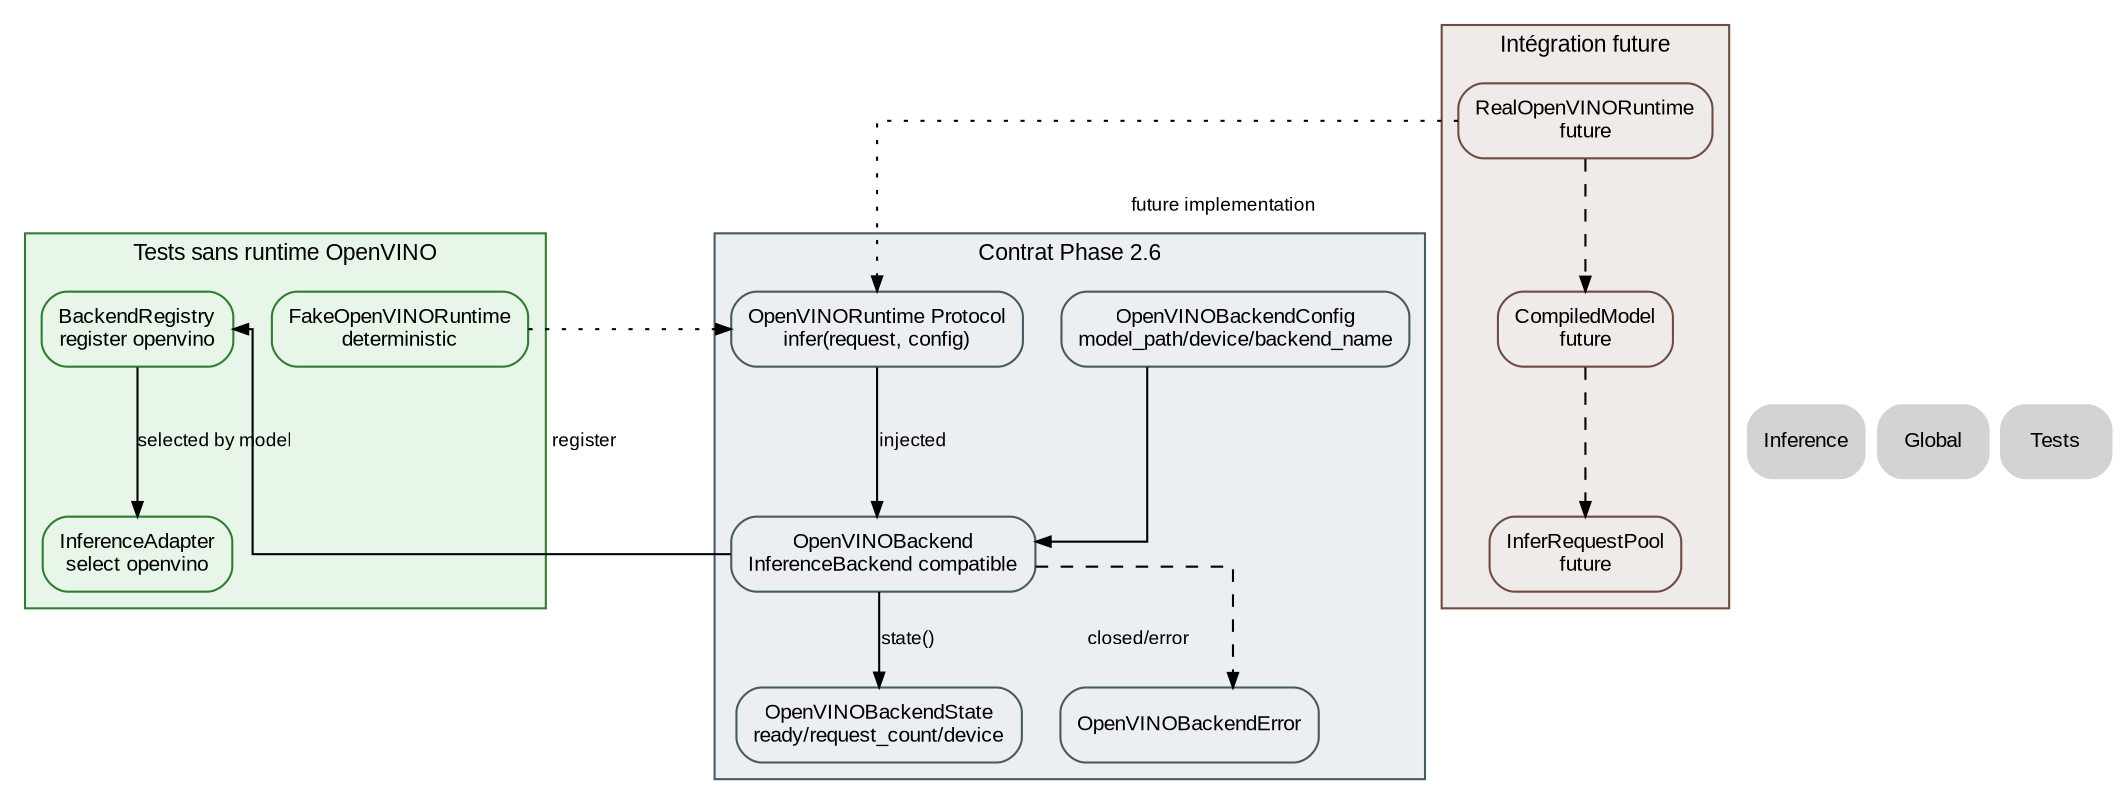
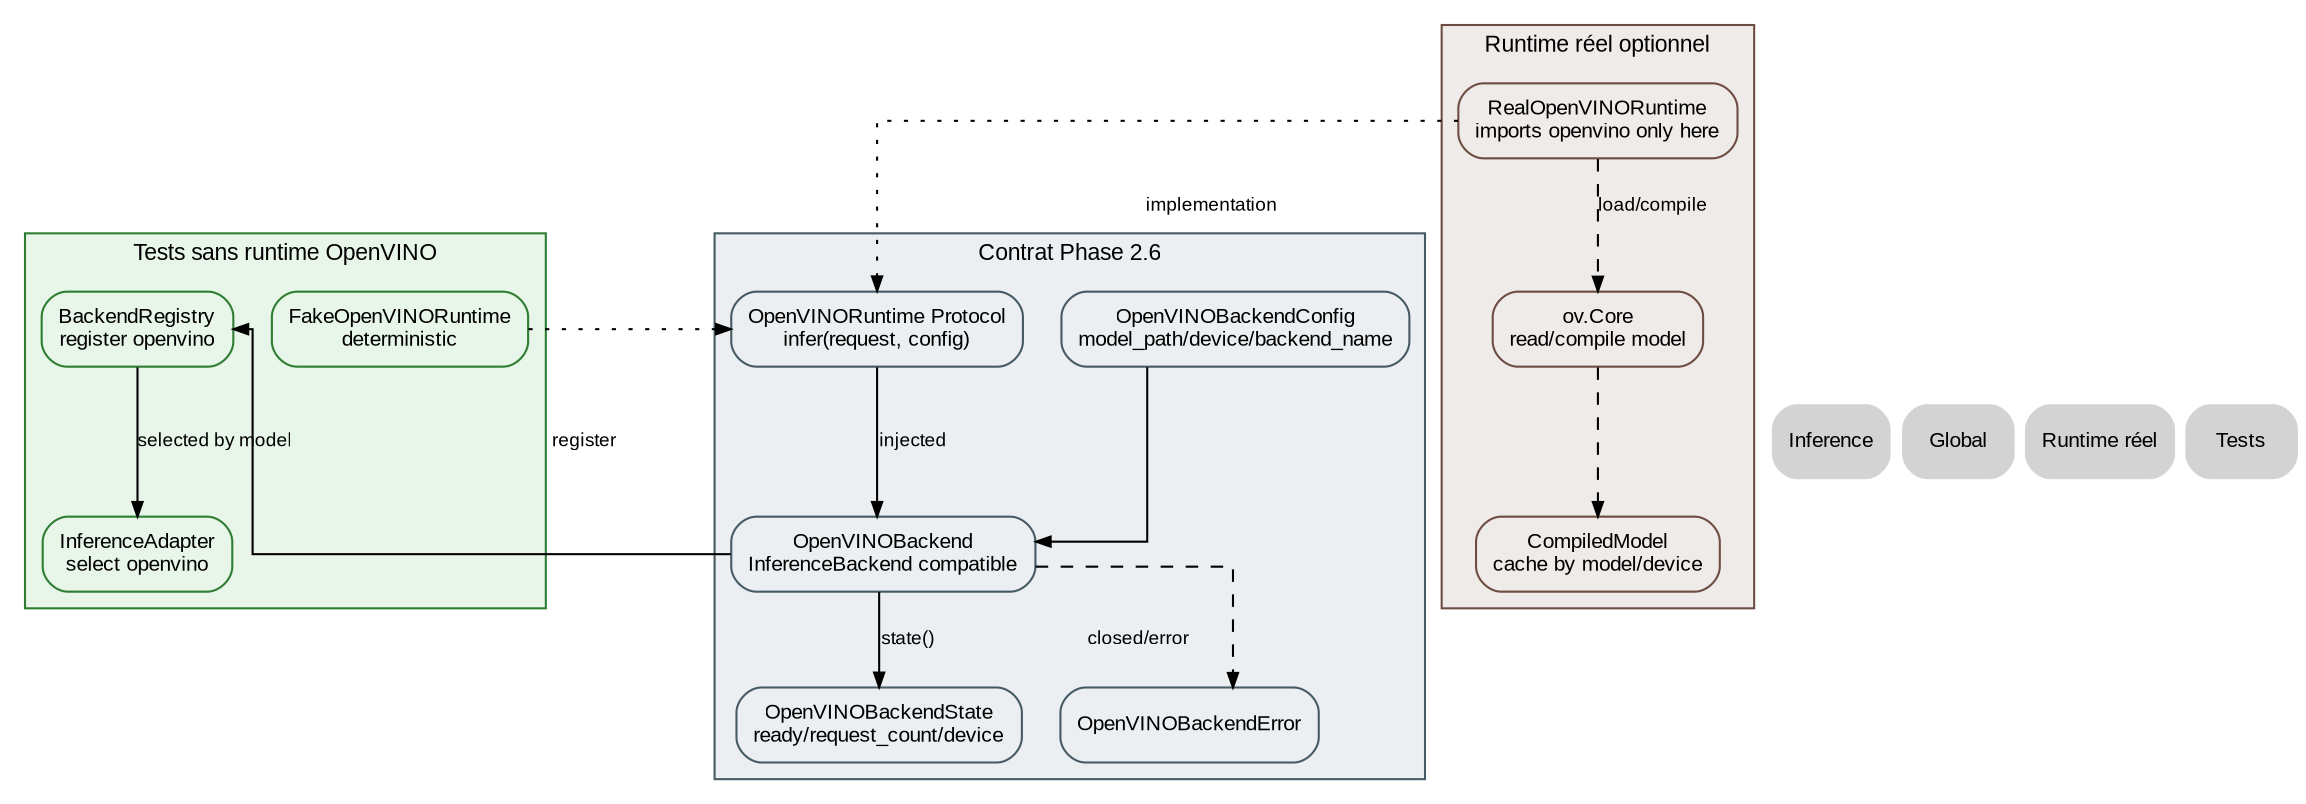
digraph OpenVINOBackend {
    // ROADMAP_ID: inference.openvino_backend
    // ROADMAP_PARENT: inference/40_inference.dot
-     // ROADMAP_NOTE[phase2_6]:
-     // Cette page décrit le contrat du backend OpenVINO avant intégration du
-     // runtime réel. Le runtime est injecté pour tester l'architecture sans
-     // dépendance externe ni import openvino.
+     // ROADMAP_NOTE[phase2_9]:
+     // Cette page décrit la membrane OpenVINOBackend après ajout d'un runtime
+     // réel optionnel. OpenVINOBackend ne dépend toujours pas directement du
+     // paquet openvino : seul RealOpenVINORuntime l'importe.

    rankdir=TB;
    splines=ortho;

    graph [fontname="Arial", fontsize=11];
    node [shape=box, style="rounded,filled", fontname="Arial", fontsize=10];
    edge [fontname="Arial", fontsize=9, arrowsize=0.7];

    subgraph cluster_contract {
        label="Contrat Phase 2.6";
        color="#455a64";
        bgcolor="#eceff1";
        node [fillcolor="#eceff1", color="#455a64"];

        Config [label="OpenVINOBackendConfig\nmodel_path/device/backend_name"];
        Runtime [label="OpenVINORuntime Protocol\ninfer(request, config)"];
        Backend [label="OpenVINOBackend\nInferenceBackend compatible"];
        State [label="OpenVINOBackendState\nready/request_count/device"];
        Error [label="OpenVINOBackendError"];
    }

    subgraph cluster_test {
        label="Tests sans runtime OpenVINO";
        color="#2e7d32";
        bgcolor="#e8f5e9";
        node [fillcolor="#e8f5e9", color="#2e7d32"];

        FakeRuntime [label="FakeOpenVINORuntime\ndeterministic"];
        Registry [label="BackendRegistry\nregister openvino"];
        Adapter [label="InferenceAdapter\nselect openvino"];
    }

    subgraph cluster_future {
-         label="Intégration future";
+         label="Runtime réel optionnel";
        color="#6d4c41";
        bgcolor="#efebe9";
        node [fillcolor="#efebe9", color="#6d4c41"];

-         RealRuntime [label="RealOpenVINORuntime\nfuture"];
-         CompiledModel [label="CompiledModel\nfuture"];
-         InferRequestPool [label="InferRequestPool\nfuture"];
+         RealRuntime [label="RealOpenVINORuntime\nimports openvino only here", URL="42_openvino_runtime.svg"];
+         Core [label="ov.Core\nread/compile model"];
+         CompiledModel [label="CompiledModel\ncache by model/device"];
    }

    Config -> Backend;
    Runtime -> Backend [label="injected"];
    Backend -> State [label="state()"];
    Backend -> Error [style=dashed, label="closed/error"];

    FakeRuntime -> Runtime [style=dotted, label="test implementation"];
    Backend -> Registry [label="register"];
    Registry -> Adapter [label="selected by model"];

-     RealRuntime -> Runtime [style=dotted, label="future implementation"];
-     RealRuntime -> CompiledModel [style=dashed];
-     CompiledModel -> InferRequestPool [style=dashed];
+     RealRuntime -> Runtime [style=dotted, label="implementation"];
+     RealRuntime -> Core [style=dashed, label="load/compile"];
+     Core -> CompiledModel [style=dashed];

    Nav_Inference [label="Inference", shape=plaintext, URL="40_inference.svg"];
    Nav_Global [label="Global", shape=plaintext, URL="../00_global.svg"];
+     Nav_Runtime [label="Runtime réel", shape=plaintext, URL="42_openvino_runtime.svg"];
    Nav_Tests [label="Tests", shape=plaintext, URL="../tests/80_tests.svg"];

-     { rank=sink; Nav_Inference; Nav_Global; Nav_Tests; }
+     { rank=sink; Nav_Inference; Nav_Runtime; Nav_Global; Nav_Tests; }
}
